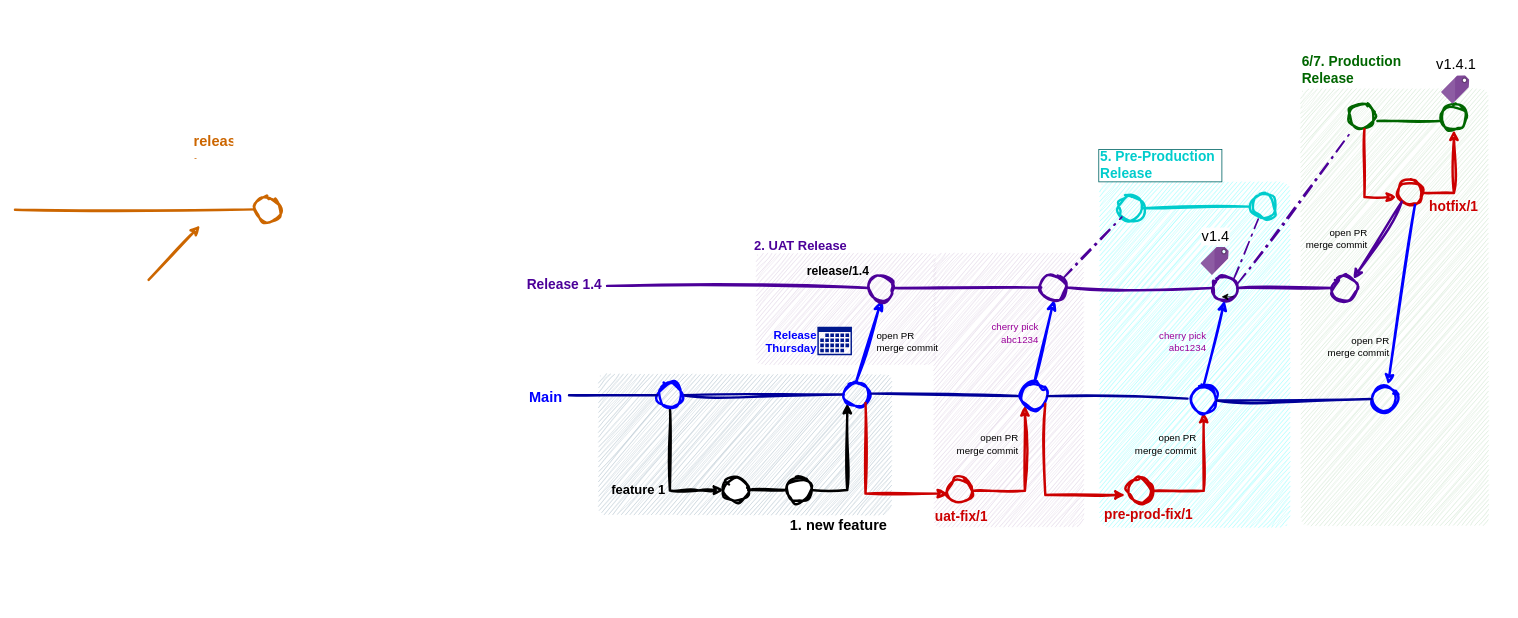
Earlier version of the draw.io diagram docs/software-engineering/gitlab-flow-env-branches-strategy.drawio (microsoft-sgp/csusg-dev-crew). Source tidied: cells renumbered, new cells numbered last; positions are measured from the earlier drawing's top-left corner, leaving out a move shared by most shapes. Both pictures are drawn from the tidied source at 81%, with x=0, y=0 at pixel (15, 53).
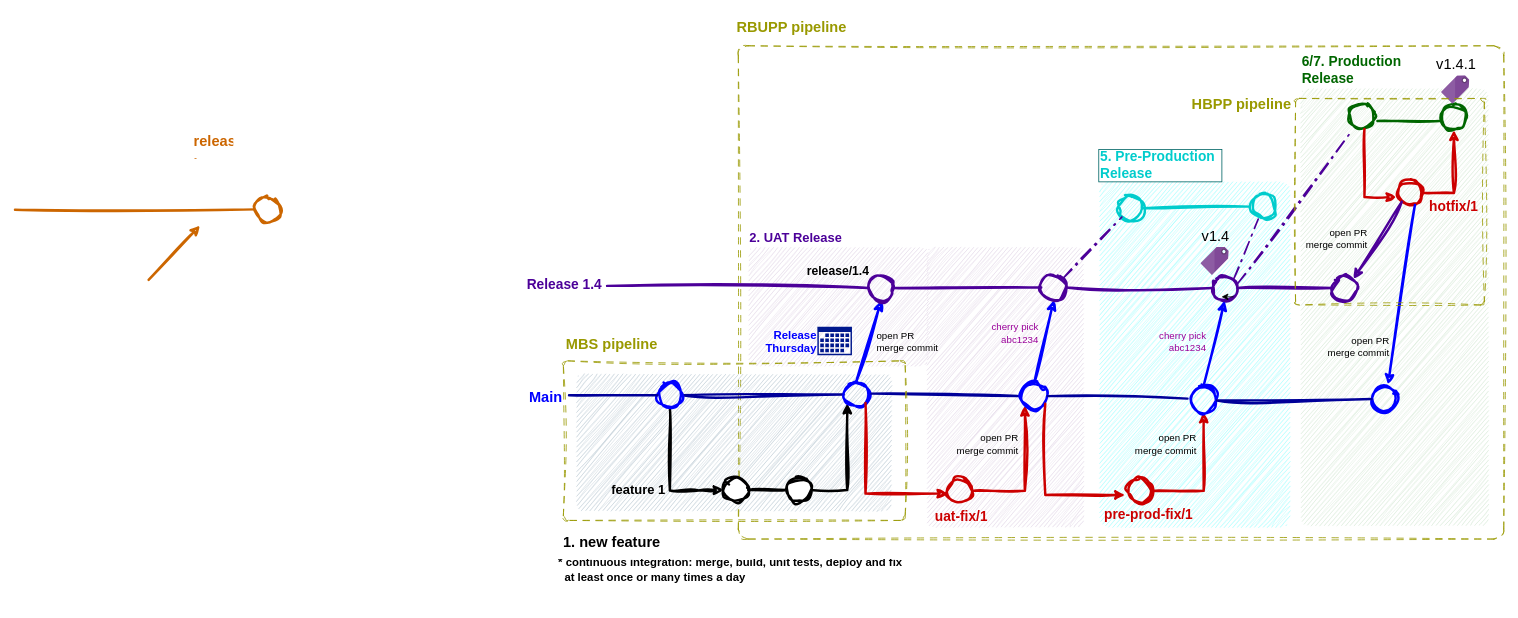
Above is the later version.

Commit message (it also covers changes not shown here):
update GitHub Actions pipeline documentation for continuous delivery 🚀

- Added detailed workflows for SIT, UAT, Pre-Production, and Production environments.
- Included steps for building, testing, and deploying Docker images.
- Enhanced clarity on approval requirements and environment specifics.
- Improved formatting for better readability and understanding.

The edit, as a diff of the source:
```diff
@@
+    <mxCell id="79" style="rounded=1;whiteSpace=wrap;html=1;sketch=1;curveFitting=1;jiggle=2;dashed=1;dashPattern=8 8;strokeColor=#999900;fillColor=none;arcSize=2;" parent="1" vertex="1">
+      <mxGeometry x="893" y="-10" width="945" height="609" as="geometry" />
+    </mxCell>
@@
     <mxCell id="3" style="rounded=1;whiteSpace=wrap;html=1;dashed=1;dashPattern=8 8;arcSize=6;sketch=1;curveFitting=1;jiggle=2;fillColor=#e1d5e7;strokeColor=none;" parent="1" vertex="1">
-      <mxGeometry x="915" y="246" width="221" height="137" as="geometry" />
+      <mxGeometry x="906" y="239" width="221" height="146" as="geometry" />
     </mxCell>
     <mxCell id="4" style="rounded=1;whiteSpace=wrap;html=1;dashed=1;dashPattern=8 8;arcSize=5;fillColor=#e1d5e7;strokeColor=none;sketch=1;curveFitting=1;jiggle=2;" parent="1" vertex="1">
-      <mxGeometry x="1134" y="246" width="185" height="338" as="geometry" />
+      <mxGeometry x="1126" y="239" width="193" height="345" as="geometry" />
     </mxCell>
     <mxCell id="5" style="rounded=1;whiteSpace=wrap;html=1;dashed=1;dashPattern=8 8;arcSize=6;sketch=1;curveFitting=1;jiggle=2;fillColor=#bac8d3;strokeColor=none;" parent="1" vertex="1">
-      <mxGeometry x="720" y="395" width="362" height="174" as="geometry" />
+      <mxGeometry x="693" y="395" width="389" height="169" as="geometry" />
     </mxCell>
@@
-    <mxCell id="24" value="v1.4" style="image;sketch=0;html=1;align=center;fontSize=18;image=img/lib/mscae/Tag.svg;labelPosition=center;verticalLabelPosition=top;verticalAlign=bottom;" parent="1" vertex="1">
+    <mxCell id="24" value="v1.4" style="image;sketch=0;html=1;align=center;fontSize=18;image=img/lib/mscae/Tag.svg;labelPosition=center;verticalLabelPosition=top;verticalAlign=bottom;labelBackgroundColor=none;" parent="1" vertex="1">
       <mxGeometry x="1464" y="238.5" width="35" height="35" as="geometry" />
     </mxCell>
@@
     <mxCell id="36" value="&lt;h1 style=&quot;margin-top: 0px;&quot;&gt;&lt;font style=&quot;font-size: 16px;&quot;&gt;2. UAT Release&lt;/font&gt;&lt;/h1&gt;" style="text;html=1;whiteSpace=wrap;overflow=hidden;rounded=0;fontColor=#4C0099;" parent="1" vertex="1">
-      <mxGeometry x="911" y="214" width="121" height="38" as="geometry" />
+      <mxGeometry x="905" y="204" width="121" height="38" as="geometry" />
     </mxCell>
@@
     <mxCell id="52" value="&lt;h1 style=&quot;margin-top: 0px;&quot;&gt;&lt;font style=&quot;font-size: 18px;&quot;&gt;1. new feature&lt;/font&gt;&lt;/h1&gt;" style="text;html=1;whiteSpace=wrap;overflow=hidden;rounded=0;fontColor=#000000;sketch=1;curveFitting=1;jiggle=2;align=center;" parent="1" vertex="1">
-      <mxGeometry x="952" y="559" width="130" height="41" as="geometry" />
+      <mxGeometry x="672" y="580" width="130" height="41" as="geometry" />
     </mxCell>
@@
+    <mxCell id="80" value="&lt;div style=&quot;line-height: 60%;&quot;&gt;&lt;h1 style=&quot;margin-top: 0px; line-height: 60%;&quot;&gt;&lt;font style=&quot;line-height: 60%;&quot;&gt;* continuous integration: merge, build, unit tests, deploy and fix&lt;/font&gt;&lt;/h1&gt;&lt;div&gt;&lt;h1 style=&quot;margin-top: 0px; line-height: 9.6px;&quot;&gt;&lt;font style=&quot;line-height: 9.6px;&quot;&gt;&amp;nbsp; at least once or many times a day&lt;/font&gt;&lt;/h1&gt;&lt;/div&gt;&lt;/div&gt;" style="text;html=1;whiteSpace=wrap;overflow=hidden;rounded=0;fontColor=#000000;fontSize=7;align=left;" parent="1" vertex="1">
+      <mxGeometry x="669" y="617" width="435" height="60" as="geometry" />
+    </mxCell>
+    <mxCell id="81" value="&lt;h1 style=&quot;margin-top: 0px;&quot;&gt;&lt;font&gt;MBS pipeline&lt;/font&gt;&lt;/h1&gt;" style="text;html=1;whiteSpace=wrap;overflow=hidden;rounded=0;fontColor=#999900;sketch=1;curveFitting=1;jiggle=2;align=center;fontSize=9;" parent="1" vertex="1">
+      <mxGeometry x="666" y="342" width="142" height="41" as="geometry" />
+    </mxCell>
+    <mxCell id="82" value="&lt;h1 style=&quot;margin-top: 0px;&quot;&gt;&lt;font&gt;RBUPP pipeline&lt;/font&gt;&lt;/h1&gt;" style="text;html=1;whiteSpace=wrap;overflow=hidden;rounded=0;fontColor=#999900;sketch=1;curveFitting=1;jiggle=2;align=center;fontSize=9;" parent="1" vertex="1">
+      <mxGeometry x="882" y="-49" width="154" height="33" as="geometry" />
+    </mxCell>
+    <mxCell id="83" value="&lt;h1 style=&quot;margin-top: 0px;&quot;&gt;&lt;font&gt;HBPP pipeline&lt;/font&gt;&lt;/h1&gt;" style="text;html=1;whiteSpace=wrap;overflow=hidden;rounded=0;fontColor=#999900;sketch=1;curveFitting=1;jiggle=2;align=center;fontSize=9;" parent="1" vertex="1">
+      <mxGeometry x="1439" y="45" width="151" height="41" as="geometry" />
+    </mxCell>
+    <mxCell id="84" style="rounded=1;whiteSpace=wrap;html=1;sketch=1;curveFitting=1;jiggle=2;dashed=1;dashPattern=8 8;strokeColor=#999900;fillColor=none;arcSize=3;" parent="1" vertex="1">
+      <mxGeometry x="677" y="379" width="422" height="197" as="geometry" />
+    </mxCell>
+    <mxCell id="85" style="rounded=1;whiteSpace=wrap;html=1;sketch=1;curveFitting=1;jiggle=2;dashed=1;dashPattern=8 8;strokeColor=#999900;fillColor=none;arcSize=2;" parent="1" vertex="1">
+      <mxGeometry x="1581" y="55" width="233" height="255" as="geometry" />
+    </mxCell>
```
